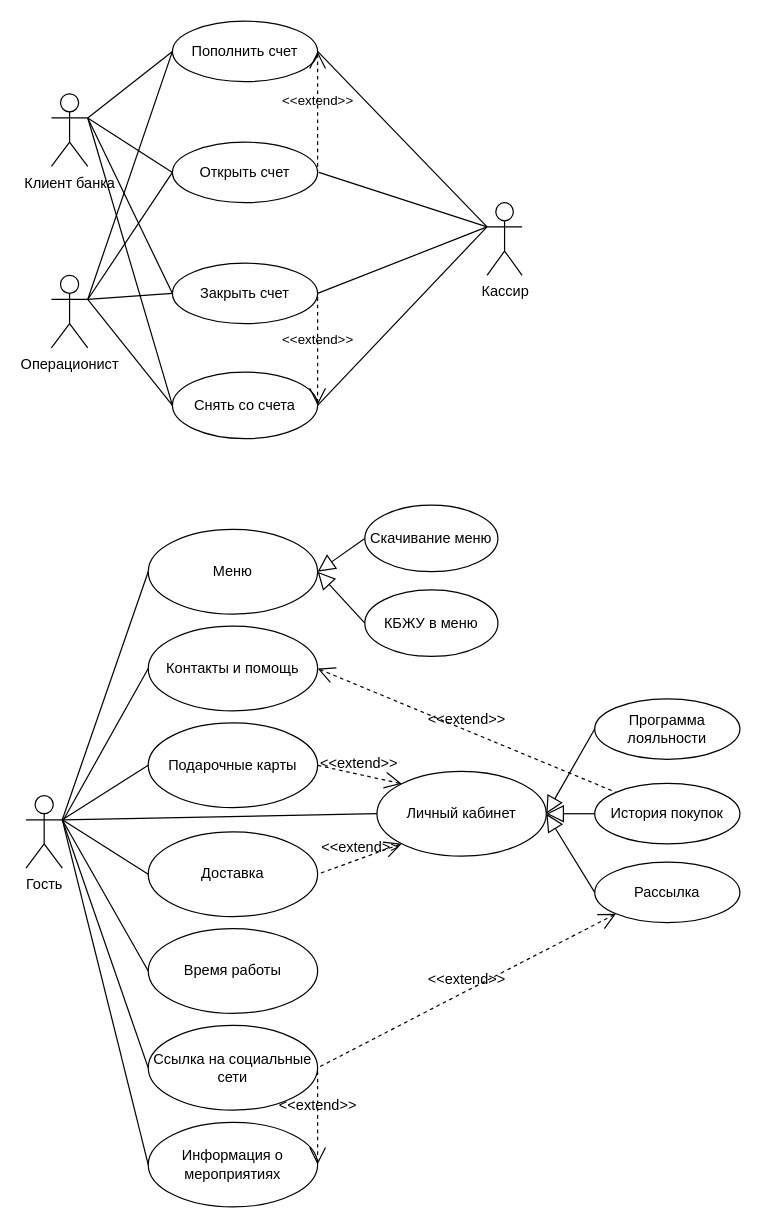
Before: Диаграмма без названия.drawio in danaddi/draw.io, a draw.io diagram. Source tidied: cells renumbered, new cells numbered last; positions are measured from the earlier drawing's top-left corner, leaving out a move shared by most shapes. Both pictures are drawn from the tidied source at 121%, with x=0, y=0 at pixel (25, 21).
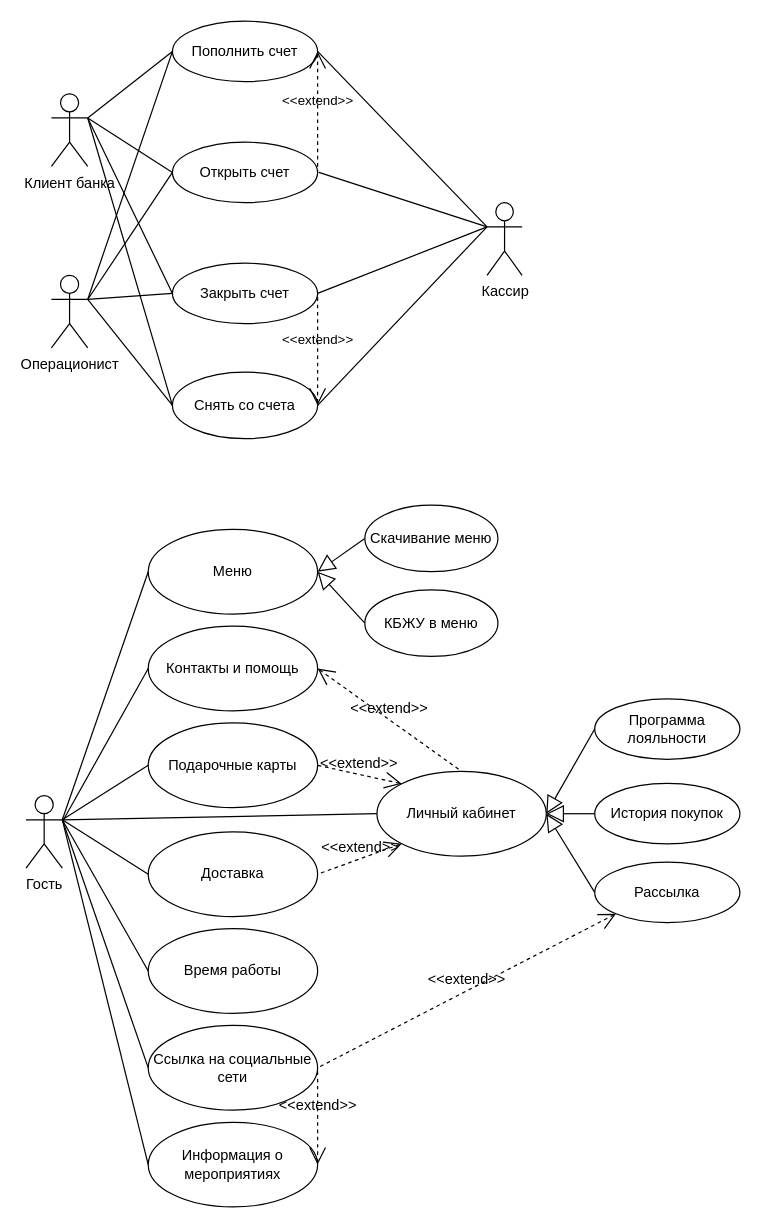
The same page after the edit.

The change refers to these unchanged cells:
```xml
<mxCell id="25" value="Личный кабинет" style="ellipse;whiteSpace=wrap;html=1;" parent="1" vertex="1">
  <mxGeometry x="290" y="620" width="140" height="70" as="geometry" />
</mxCell>
<mxCell id="31" value="История покупок" style="ellipse;whiteSpace=wrap;html=1;" parent="1" vertex="1">
  <mxGeometry x="470" y="630" width="120" height="50" as="geometry" />
</mxCell>
<mxCell id="45" value="Контакты и помощь" style="ellipse;whiteSpace=wrap;html=1;" parent="1" vertex="1">
  <mxGeometry x="101" y="500" width="140" height="70" as="geometry" />
</mxCell>
```

The edit, as a diff of the source:
```diff
@@
-    <mxCell id="47" value="&amp;lt;&amp;lt;extend&amp;gt;&amp;gt;" style="edgeStyle=none;html=1;startArrow=open;endArrow=none;startSize=12;verticalAlign=bottom;dashed=1;labelBackgroundColor=none;rounded=0;fontSize=12;curved=1;entryX=0;entryY=0;entryDx=0;entryDy=0;exitX=1;exitY=0.5;exitDx=0;exitDy=0;" parent="1" edge="1" source="45" target="31">
+    <mxCell id="47" value="&amp;lt;&amp;lt;extend&amp;gt;&amp;gt;" style="edgeStyle=none;html=1;startArrow=open;endArrow=none;startSize=12;verticalAlign=bottom;dashed=1;labelBackgroundColor=none;rounded=0;fontSize=12;curved=1;entryX=0.5;entryY=0;entryDx=0;entryDy=0;exitX=1;exitY=0.5;exitDx=0;exitDy=0;" parent="1" edge="1" source="45" target="25">
       <mxGeometry relative="1" as="geometry" />
     </mxCell>
```
